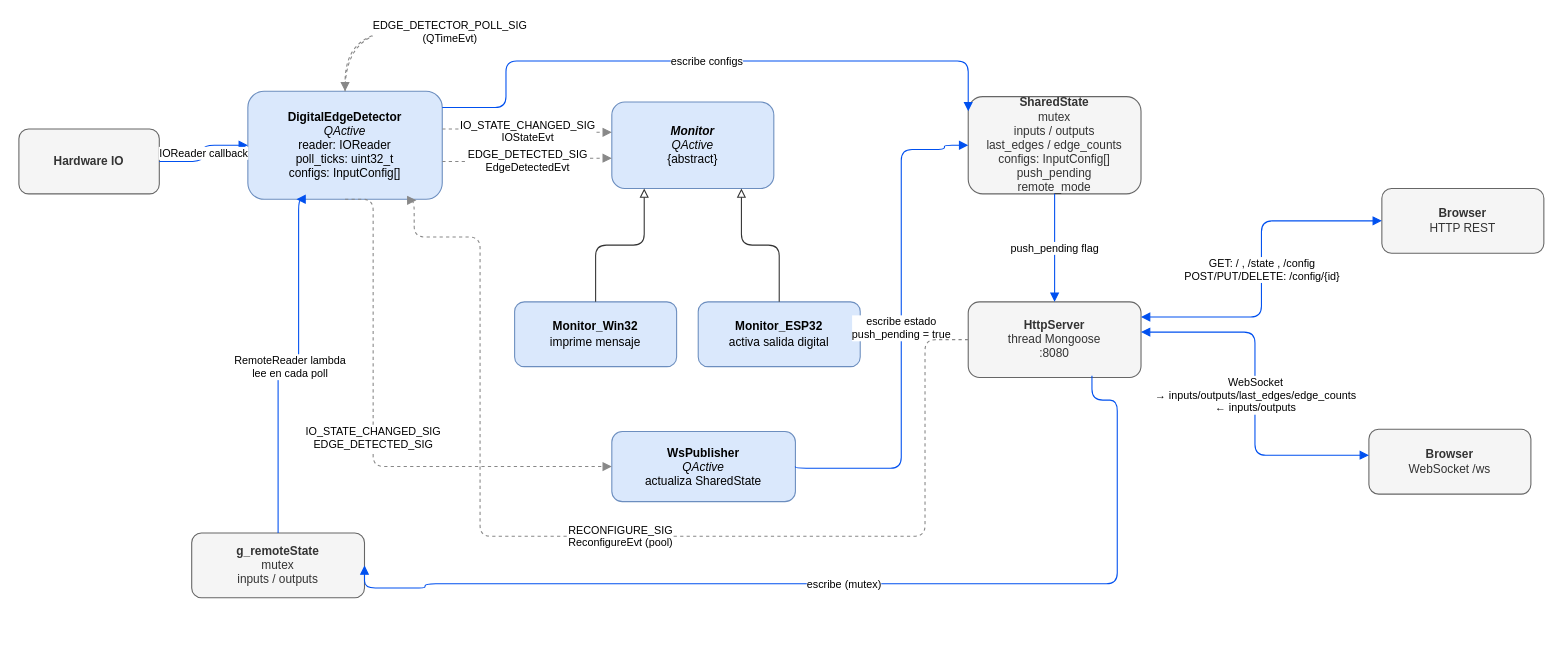
Earlier version of the draw.io diagram docs/sistema.drawio (peperono/digital_inputs_detector). Source tidied: cells renumbered, new cells numbered last; positions are measured from the earlier drawing's top-left corner, leaving out a move shared by most shapes. Both pictures are drawn from the tidied source at 108%, with x=0, y=0 at pixel (18, 31).
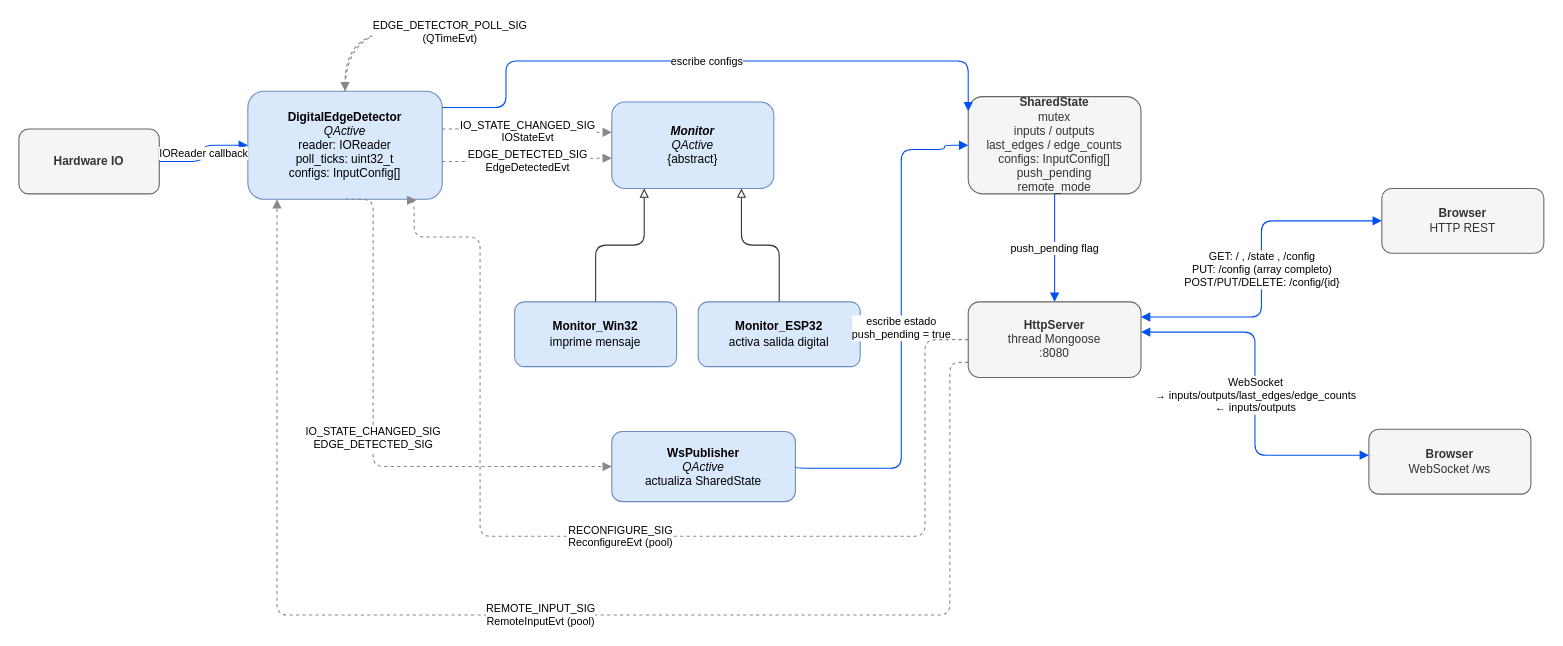
The same page after the edit.

Commit message (it also covers changes not shown here):
Fix remote-mode blank page: pre-populate g_state IO from configs

Unchanged cells that the change refers to:
```xml
<mxCell id="3" value="&lt;b&gt;DigitalEdgeDetector&lt;/b&gt;&lt;div&gt;&lt;i&gt;QActive&lt;/i&gt;&lt;/div&gt;&lt;div&gt;reader: IOReader&lt;/div&gt;&lt;div&gt;poll_ticks: uint32_t&lt;/div&gt;&lt;div&gt;configs: InputConfig[]&lt;/div&gt;" style="rounded=1;whiteSpace=wrap;html=1;fillColor=#dae8fc;strokeColor=#6c8ebf;fontSize=11;" parent="1" vertex="1">
  <mxGeometry x="212" y="55" width="180" height="100" as="geometry" />
</mxCell>
<mxCell id="17" value="&lt;b&gt;HttpServer&lt;/b&gt;&lt;div&gt;thread Mongoose&lt;/div&gt;&lt;div&gt;:8080&lt;/div&gt;" style="rounded=1;whiteSpace=wrap;html=1;fillColor=#f5f5f5;strokeColor=#666666;fontColor=#333333;fontSize=11;" parent="1" vertex="1">
  <mxGeometry x="879" y="250" width="160" height="70" as="geometry" />
</mxCell>
<mxCell id="19" value="&lt;b&gt;Browser&lt;/b&gt;&lt;div&gt;HTTP REST&lt;/div&gt;" style="rounded=1;whiteSpace=wrap;html=1;fillColor=#f5f5f5;strokeColor=#666666;fontColor=#333333;fontSize=11;" parent="1" vertex="1">
  <mxGeometry x="1262" y="145" width="150" height="60" as="geometry" />
</mxCell>
```

Diff of the diagram source:
```diff
@@
-    <mxCell id="22" value="GET: / , /state , /config&lt;div&gt;POST/PUT/DELETE: /config/{id}&lt;/div&gt;" style="edgeStyle=orthogonalEdgeStyle;html=1;fontSize=10;strokeColor=#0050ef;startArrow=block;startFill=1;endArrow=block;endFill=1;exitX=0;exitY=0.5;exitDx=0;exitDy=0;entryX=1;entryY=0.2;entryDx=0;entryDy=0;" parent="1" edge="1" source="19" target="17">
+    <mxCell id="22" value="GET: / , /state , /config&lt;div&gt;PUT: /config (array completo)&lt;/div&gt;&lt;div&gt;POST/PUT/DELETE: /config/{id}&lt;/div&gt;" style="edgeStyle=orthogonalEdgeStyle;html=1;fontSize=10;strokeColor=#0050ef;startArrow=block;startFill=1;endArrow=block;endFill=1;exitX=0;exitY=0.5;exitDx=0;exitDy=0;entryX=1;entryY=0.2;entryDx=0;entryDy=0;" parent="1" edge="1" source="19" target="17">
       <mxGeometry relative="1" as="geometry" />
     </mxCell>
@@
-    <mxCell id="25" value="&lt;b&gt;g_remoteState&lt;/b&gt;&lt;div&gt;mutex&lt;/div&gt;&lt;div&gt;inputs / outputs&lt;/div&gt;" style="rounded=1;whiteSpace=wrap;html=1;fillColor=#f5f5f5;strokeColor=#666666;fontColor=#333333;fontSize=11;" parent="1" vertex="1">
-      <mxGeometry x="160" y="464" width="160" height="60" as="geometry" />
-    </mxCell>
-    <mxCell id="26" value="escribe (mutex)" style="edgeStyle=orthogonalEdgeStyle;html=1;fontSize=10;strokeColor=#0050ef;endArrow=block;endFill=1;entryX=1;entryY=0.5;entryDx=0;entryDy=0;exitX=0.716;exitY=0.978;exitDx=0;exitDy=0;exitPerimeter=0;" parent="1" edge="1" source="17" target="25">
-      <mxGeometry relative="1" as="geometry">
-        <Array as="points">
-          <mxPoint x="994" y="341" />
-          <mxPoint x="1017" y="341" />
-          <mxPoint x="1017" y="511" />
-          <mxPoint x="376" y="511" />
-          <mxPoint x="376" y="515" />
-        </Array>
-      </mxGeometry>
-    </mxCell>
-    <mxCell id="27" value="RemoteReader lambda&lt;div&gt;lee en cada poll&lt;/div&gt;" style="edgeStyle=orthogonalEdgeStyle;html=1;fontSize=10;strokeColor=#0050ef;endArrow=block;endFill=1;exitX=0.5;exitY=0;exitDx=0;exitDy=0;entryX=0.25;entryY=1;entryDx=0;entryDy=0;" parent="1" edge="1" source="25" target="3">
-      <mxGeometry relative="1" as="geometry">
-        <Array as="points">
-          <mxPoint x="240" y="310" />
-          <mxPoint x="259" y="310" />
-          <mxPoint x="259" y="155" />
-        </Array>
-      </mxGeometry>
-    </mxCell>
+    <mxCell id="28" value="REMOTE_INPUT_SIG&lt;div&gt;RemoteInputEvt (pool)&lt;/div&gt;" style="edgeStyle=orthogonalEdgeStyle;html=1;fontSize=10;strokeColor=#888888;endArrow=block;endFill=1;dashed=1;exitX=0;exitY=0.8;exitDx=0;exitDy=0;entryX=0.15;entryY=1;entryDx=0;entryDy=0;" parent="1" edge="1" source="17" target="3">
+      <mxGeometry relative="1" as="geometry">
+        <Array as="points">
+          <mxPoint x="862" y="306" />
+          <mxPoint x="862" y="540" />
+          <mxPoint x="239" y="540" />
+        </Array>
+      </mxGeometry>
+    </mxCell>
```
